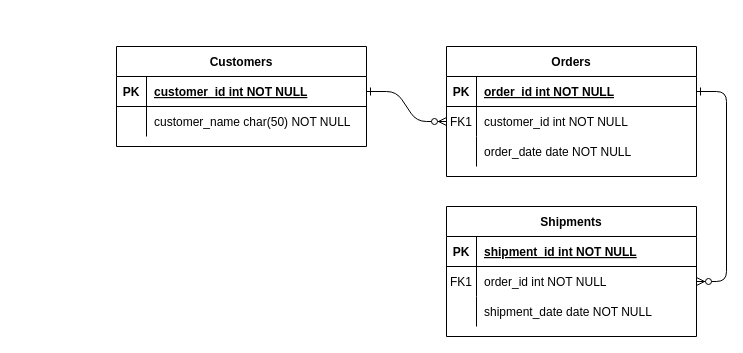
Earlier version of the draw.io diagram Untitled Diagram upd.drawio (T0R0NT0T0KY0/ni-api). Source tidied: cells renumbered, new cells numbered last; positions are measured from the earlier drawing's top-left corner, leaving out a move shared by most shapes. Both pictures are drawn from the tidied source at 100%, with x=0, y=0 at pixel (116, 46).
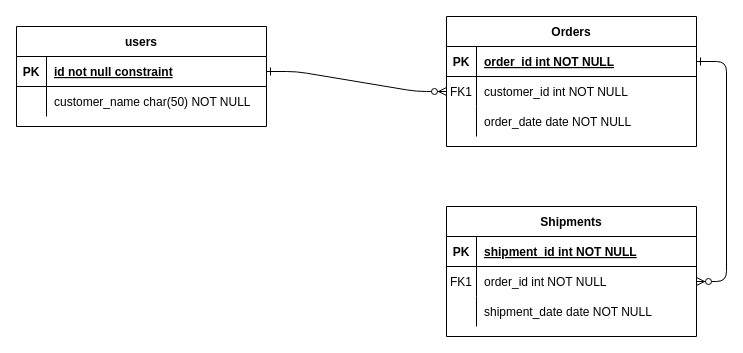
After the change.

Unchanged cells that the change refers to:
```xml
<mxCell id="25" style="shape=partialRectangle;fillColor=none;points=[[0,0.5],[1,0.5]];portConstraint=eastwest;top=0;left=0;right=0;bottom=1;" parent="24" vertex="1">
  <mxGeometry y="30" width="250" height="30" as="geometry" />
</mxCell>
```

Change to the diagram source:
```diff
@@
     <mxCell id="4" value="Orders" style="shape=table;startSize=30;childLayout=tableLayout;rowLines=0;fontStyle=1;align=center;" parent="1" vertex="1">
-      <mxGeometry x="330" width="250" height="130" as="geometry" />
+      <mxGeometry x="330" y="-30" width="250" height="130" as="geometry" />
     </mxCell>
@@
-    <mxCell id="24" value="Customers" style="shape=table;startSize=30;childLayout=tableLayout;rowLines=0;fontStyle=1;align=center;" parent="1" vertex="1">
-      <mxGeometry width="250" height="100" as="geometry" />
+    <mxCell id="24" value="users" style="shape=table;startSize=30;childLayout=tableLayout;rowLines=0;fontStyle=1;align=center;" parent="1" vertex="1">
+      <mxGeometry x="-100" y="-20" width="250" height="100" as="geometry" />
     </mxCell>
@@
-    <mxCell id="27" value="customer_id int NOT NULL " style="shape=partialRectangle;overflow=hidden;fillColor=none;top=0;left=0;bottom=0;right=0;align=left;spacingLeft=6;fontStyle=5;" parent="25" vertex="1">
+    <mxCell id="27" value="id not null constraint" style="shape=partialRectangle;overflow=hidden;fillColor=none;top=0;left=0;bottom=0;right=0;align=left;spacingLeft=6;fontStyle=5;" parent="25" vertex="1">
       <mxGeometry x="30" width="220" height="30" as="geometry" />
     </mxCell>
```
